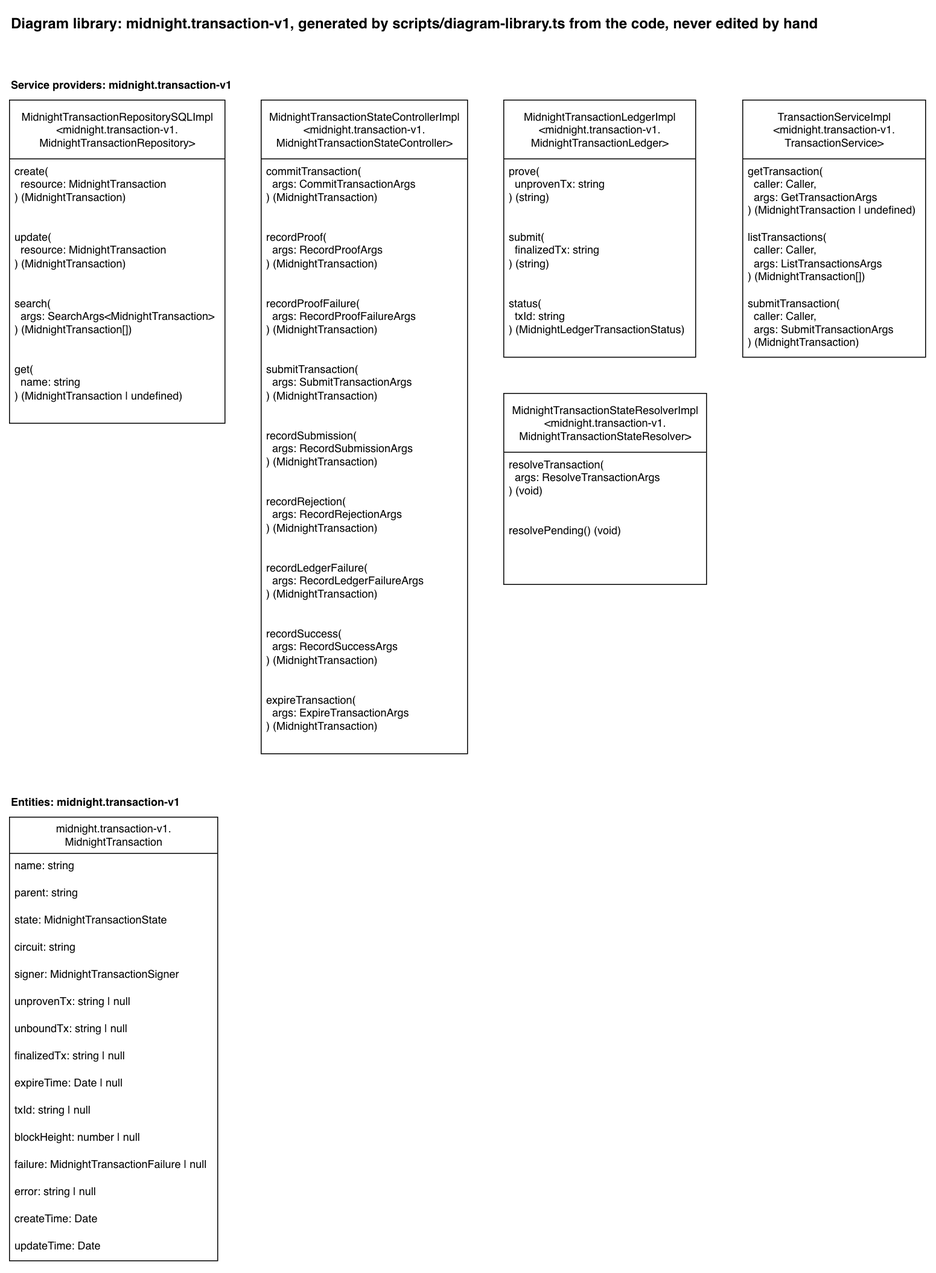
Above: docs/diagram-library/midnight/transaction-v1/diagram-library.drawio.png in sig-net/full-stack-demo (draw.io), before the change. Source tidied: cells renumbered, new cells last; positions are measured from the earlier drawing's top-left corner, leaving out a move shared by most shapes.
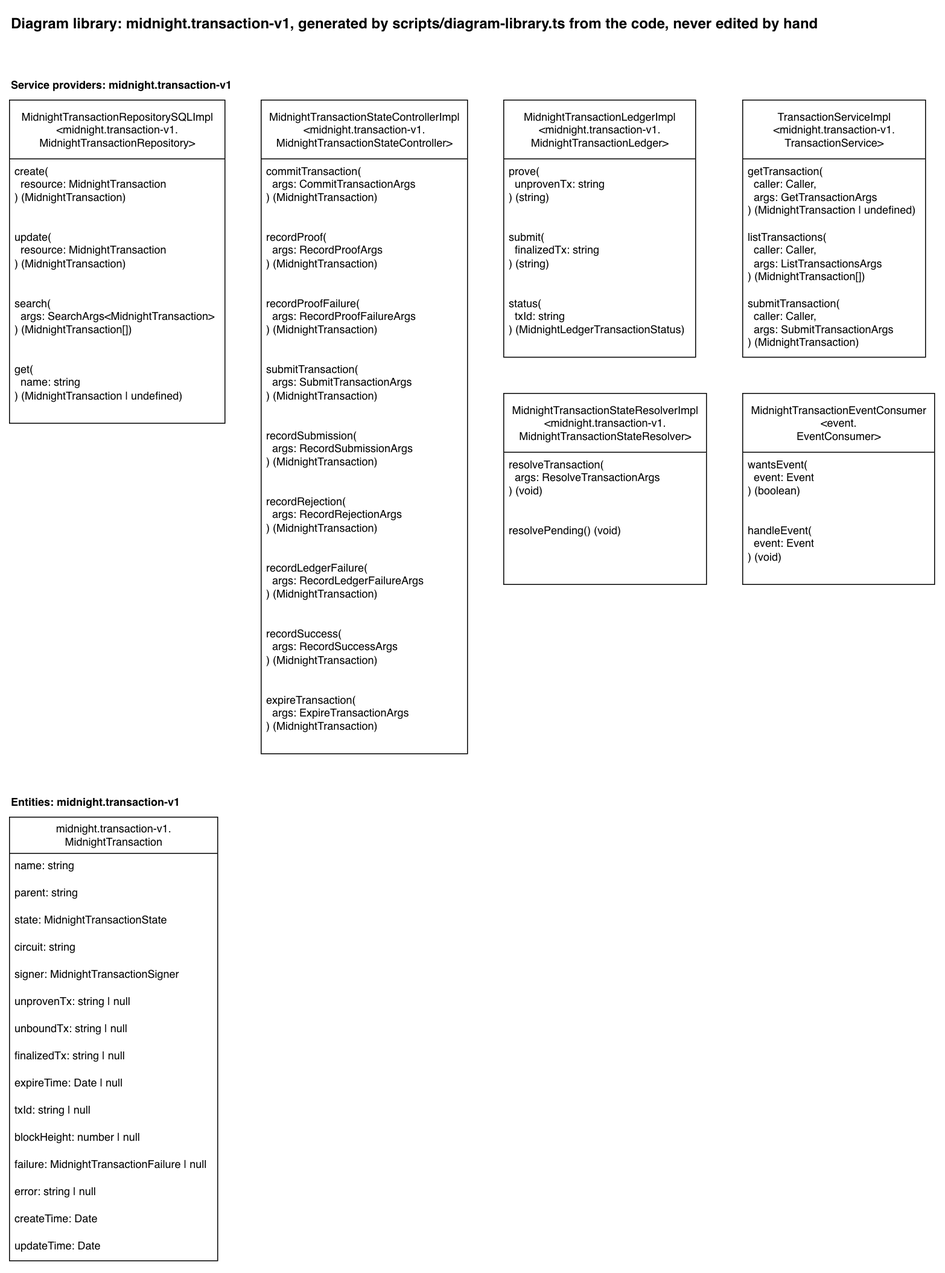
After the change.

What changed in the source:
```diff
@@ -86,6 +86,15 @@
     <mxCell id="29" value="submitTransaction(&lt;br&gt;&amp;nbsp; caller: Caller,&lt;br&gt;&amp;nbsp; args: SubmitTransactionArgs&lt;br&gt;) (MidnightTransaction)" style="text;strokeColor=none;fillColor=none;align=left;verticalAlign=top;spacingLeft=4;spacingRight=4;overflow=hidden;whiteSpace=wrap;html=1;" parent="26" vertex="1">
       <mxGeometry y="211" width="202" height="73" as="geometry" />
     </mxCell>
+    <mxCell id="47" value="MidnightTransactionEventConsumer&lt;br&gt;&amp;lt;event.&lt;br&gt;EventConsumer&amp;gt;" style="swimlane;fontStyle=0;horizontal=1;startSize=65;fillColor=default;html=1;fillStyle=solid;" parent="1" vertex="1">
+      <mxGeometry x="810" y="424" width="212" height="211" as="geometry" />
+    </mxCell>
+    <mxCell id="48" value="wantsEvent(&lt;br&gt;&amp;nbsp; event: Event&lt;br&gt;) (boolean)" style="text;strokeColor=none;fillColor=none;align=left;verticalAlign=top;spacingLeft=4;spacingRight=4;overflow=hidden;whiteSpace=wrap;html=1;" parent="47" vertex="1">
+      <mxGeometry y="65" width="212" height="73" as="geometry" />
+    </mxCell>
+    <mxCell id="49" value="handleEvent(&lt;br&gt;&amp;nbsp; event: Event&lt;br&gt;) (void)" style="text;strokeColor=none;fillColor=none;align=left;verticalAlign=top;spacingLeft=4;spacingRight=4;overflow=hidden;whiteSpace=wrap;html=1;" parent="47" vertex="1">
+      <mxGeometry y="138" width="212" height="73" as="geometry" />
+    </mxCell>
     <mxCell id="30" value="Entities: midnight.transaction-v1" style="text;html=1;fontStyle=1;" parent="1" vertex="1">
       <mxGeometry y="862" width="208" height="20" as="geometry" />
     </mxCell>
```
